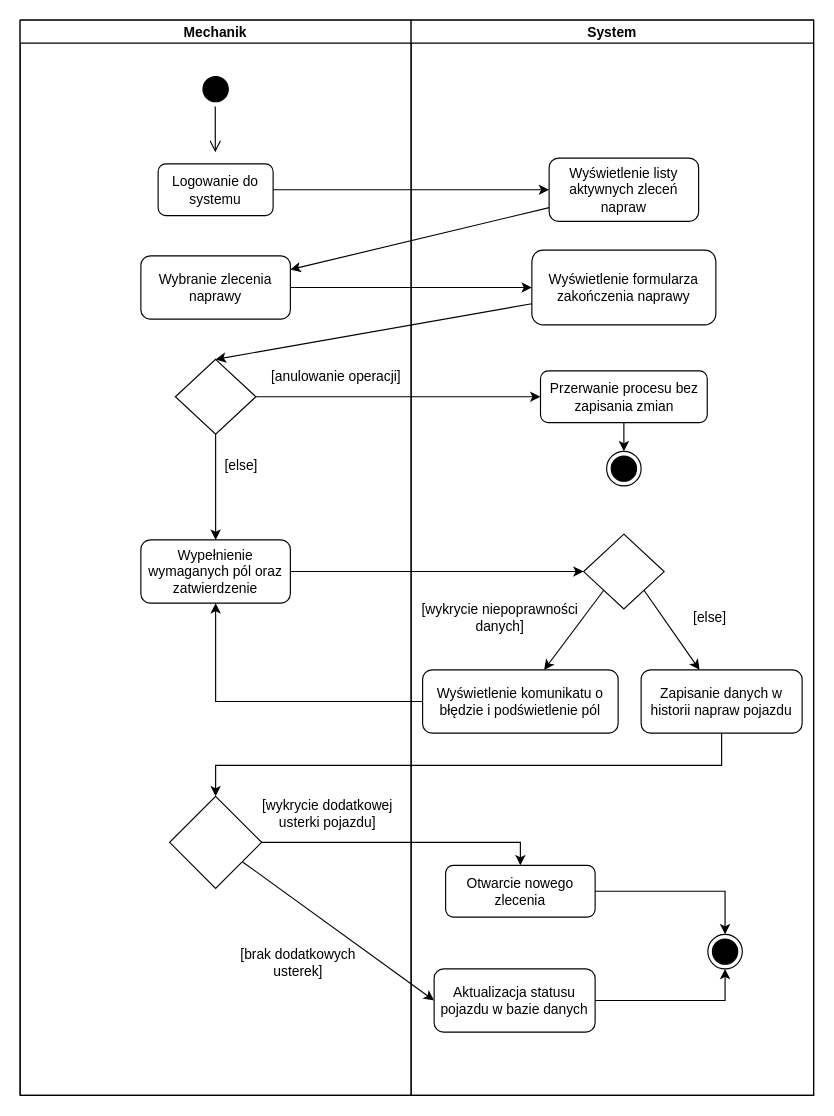
JakubBandosz/Projekt_IO keeps this draw.io diagram as czynnosci_mechanik.drawio. Above is the earlier version. Source tidied: cells renumbered, new cells numbered last; positions are measured from the earlier drawing's top-left corner, leaving out a move shared by most shapes. Both pictures are drawn from the tidied source at 115%, with x=0, y=0 at pixel (20, 20).
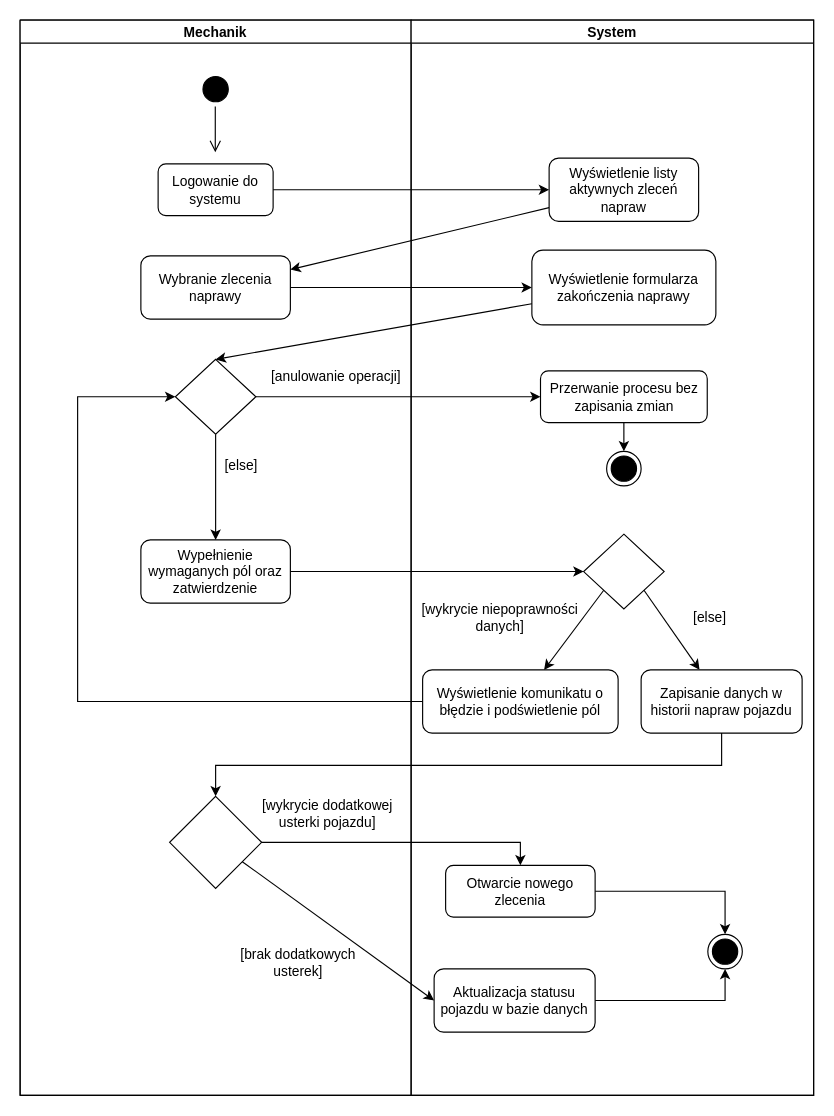
The same page after the edit.

The change refers to these unchanged cells:
```xml
<mxCell id="2" style="swimlane;startSize=0;horizontal=0;" parent="1" vertex="1">
  <mxGeometry width="690" height="935" as="geometry" />
</mxCell>
<mxCell id="9" style="rhombus;whiteSpace=wrap;html=1;" parent="3" vertex="1">
  <mxGeometry x="135" y="295" width="70" height="65" as="geometry" />
</mxCell>
<mxCell id="11" value="Wypełnienie wymaganych pól oraz zatwierdzenie" style="rounded=1;whiteSpace=wrap;html=1;" parent="3" vertex="1">
  <mxGeometry x="105" y="452" width="130" height="55" as="geometry" />
</mxCell>
<mxCell id="25" value="Wyświetlenie komunikatu o błędzie i podświetlenie pól" style="rounded=1;whiteSpace=wrap;html=1;" parent="16" vertex="1">
  <mxGeometry x="10" y="565" width="170" height="55" as="geometry" />
</mxCell>
```

Change to the diagram source:
```diff
@@
-    <mxCell id="40" style="edgeStyle=orthogonalEdgeStyle;rounded=0;jettySize=auto;html=1;entryX=0.5;entryY=1;entryDx=0;entryDy=0;" parent="2" edge="1" source="25" target="11">
-      <mxGeometry relative="1" as="geometry" />
-    </mxCell>
@@
+    <mxCell id="44" style="edgeStyle=orthogonalEdgeStyle;rounded=0;jettySize=auto;html=1;entryX=0;entryY=0.5;entryDx=0;entryDy=0;" parent="2" edge="1" source="25" target="9">
+      <mxGeometry relative="1" as="geometry">
+        <Array as="points">
+          <mxPoint x="50" y="593" />
+          <mxPoint x="50" y="327" />
+        </Array>
+      </mxGeometry>
+    </mxCell>
```
